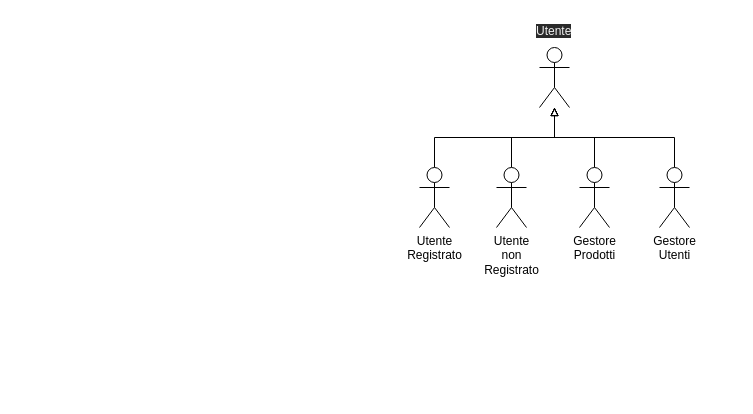
Earlier version of the draw.io diagram Documenti progetto/Utenti.drawio (AlfredoUNISA/SecondLifeTech). Source tidied: cells renumbered, new cells numbered last; positions are measured from the earlier drawing's top-left corner, leaving out a move shared by most shapes. Both pictures are drawn from the tidied source at 100%, with x=0, y=0 at pixel (419, 17).
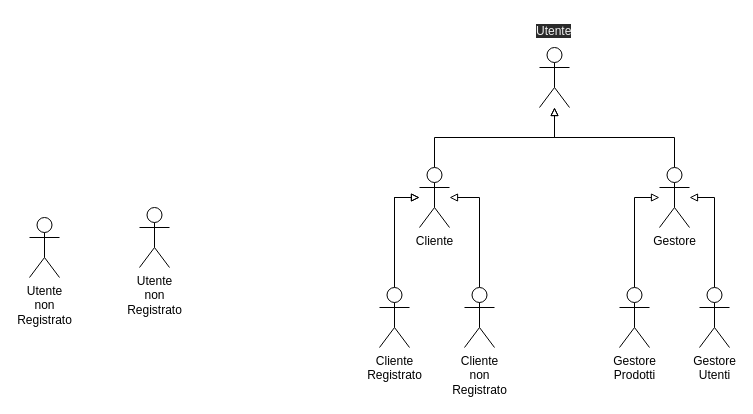
After the change.

What changed in the source:
```diff
@@
 <mxGraphModel>
   <root>
     <mxCell id="0" />
     <mxCell id="1" parent="0" />
     <mxCell id="2" style="shape=umlActor;verticalLabelPosition=bottom;verticalAlign=top;html=1;outlineConnect=0;" parent="1" vertex="1">
       <mxGeometry x="120" y="30" width="30" height="60" as="geometry" />
     </mxCell>
     <mxCell id="3" style="edgeStyle=orthogonalEdgeStyle;rounded=0;jettySize=auto;html=1;exitX=0.5;exitY=0;exitDx=0;exitDy=0;exitPerimeter=0;endArrow=block;endFill=0;" parent="1" edge="1" source="4" target="2">
       <mxGeometry relative="1" as="geometry" />
     </mxCell>
+    <mxCell id="12" style="edgeStyle=orthogonalEdgeStyle;rounded=0;jettySize=auto;html=1;endArrow=none;endFill=0;startArrow=block;startFill=0;" parent="1" edge="1" source="4" target="20">
+      <mxGeometry relative="1" as="geometry" />
+    </mxCell>
+    <mxCell id="13" style="edgeStyle=orthogonalEdgeStyle;rounded=0;jettySize=auto;html=1;startArrow=block;startFill=0;endArrow=none;endFill=0;" parent="1" edge="1" source="4" target="20">
+      <mxGeometry relative="1" as="geometry" />
+    </mxCell>
+    <mxCell id="14" style="edgeStyle=orthogonalEdgeStyle;rounded=0;jettySize=auto;html=1;startArrow=block;startFill=0;endArrow=none;endFill=0;" parent="1" edge="1" source="4" target="21">
+      <mxGeometry relative="1" as="geometry" />
+    </mxCell>
-    <mxCell id="4" value="Utente&lt;br&gt;Registrato" style="shape=umlActor;verticalLabelPosition=bottom;verticalAlign=top;html=1;outlineConnect=0;" parent="1" vertex="1">
+    <mxCell id="4" value="Cliente" style="shape=umlActor;verticalLabelPosition=bottom;verticalAlign=top;html=1;outlineConnect=0;" parent="1" vertex="1">
       <mxGeometry y="150" width="30" height="60" as="geometry" />
     </mxCell>
-    <mxCell id="5" style="edgeStyle=orthogonalEdgeStyle;rounded=0;jettySize=auto;html=1;exitX=0.5;exitY=0;exitDx=0;exitDy=0;exitPerimeter=0;endArrow=block;endFill=0;" parent="1" edge="1" source="6" target="2">
-      <mxGeometry relative="1" as="geometry" />
-    </mxCell>
     <mxCell id="6" value="Utente&lt;br&gt;non&lt;br&gt;Registrato" style="shape=umlActor;verticalLabelPosition=bottom;verticalAlign=top;html=1;outlineConnect=0;" parent="1" vertex="1">
-      <mxGeometry x="77" y="150" width="30" height="60" as="geometry" />
+      <mxGeometry x="-390" y="200" width="30" height="60" as="geometry" />
     </mxCell>
-    <mxCell id="7" style="edgeStyle=orthogonalEdgeStyle;rounded=0;jettySize=auto;html=1;exitX=0.5;exitY=0;exitDx=0;exitDy=0;exitPerimeter=0;endArrow=block;endFill=0;" parent="1" edge="1" source="8" target="2">
-      <mxGeometry relative="1" as="geometry" />
-    </mxCell>
+    <mxCell id="11" value="&lt;span style=&quot;color: rgb(240, 240, 240); font-family: Helvetica; font-size: 12px; font-style: normal; font-variant-ligatures: normal; font-variant-caps: normal; font-weight: 400; letter-spacing: normal; orphans: 2; text-align: center; text-indent: 0px; text-transform: none; widows: 2; word-spacing: 0px; -webkit-text-stroke-width: 0px; background-color: rgb(42, 42, 42); text-decoration-thickness: initial; text-decoration-style: initial; text-decoration-color: initial; float: none; display: inline !important;&quot;&gt;Utente&lt;/span&gt;" style="text;whiteSpace=wrap;html=1;" parent="1" vertex="1">
+      <mxGeometry x="115" width="40" height="30" as="geometry" />
+    </mxCell>
+    <mxCell id="15" style="edgeStyle=orthogonalEdgeStyle;rounded=0;jettySize=auto;html=1;exitX=0.5;exitY=0;exitDx=0;exitDy=0;exitPerimeter=0;startArrow=none;startFill=0;endArrow=block;endFill=0;" parent="1" edge="1" source="18" target="2">
+      <mxGeometry relative="1" as="geometry" />
+    </mxCell>
+    <mxCell id="16" style="edgeStyle=orthogonalEdgeStyle;rounded=0;jettySize=auto;html=1;startArrow=block;startFill=0;endArrow=none;endFill=0;" parent="1" edge="1" source="18" target="8">
+      <mxGeometry relative="1" as="geometry" />
+    </mxCell>
+    <mxCell id="17" style="edgeStyle=orthogonalEdgeStyle;rounded=0;jettySize=auto;html=1;startArrow=block;startFill=0;endArrow=none;endFill=0;" parent="1" edge="1" source="18" target="10">
+      <mxGeometry relative="1" as="geometry" />
+    </mxCell>
+    <mxCell id="18" value="Gestore" style="shape=umlActor;verticalLabelPosition=bottom;verticalAlign=top;html=1;outlineConnect=0;" parent="1" vertex="1">
+      <mxGeometry x="240" y="150" width="30" height="60" as="geometry" />
+    </mxCell>
+    <mxCell id="19" value="Utente&lt;br&gt;non&lt;br&gt;Registrato" style="shape=umlActor;verticalLabelPosition=bottom;verticalAlign=top;html=1;" parent="1" vertex="1">
+      <mxGeometry x="-280" y="190" width="30" height="60" as="geometry" />
+    </mxCell>
+    <mxCell id="20" value="Cliente&lt;br&gt;Registrato" style="shape=umlActor;verticalLabelPosition=bottom;verticalAlign=top;html=1;outlineConnect=0;" parent="1" vertex="1">
+      <mxGeometry x="-40" y="270" width="30" height="60" as="geometry" />
+    </mxCell>
+    <mxCell id="21" value="Cliente&lt;br&gt;non&lt;br&gt;Registrato" style="shape=umlActor;verticalLabelPosition=bottom;verticalAlign=top;html=1;outlineConnect=0;" parent="1" vertex="1">
+      <mxGeometry x="45" y="270" width="30" height="60" as="geometry" />
+    </mxCell>
-    <mxCell id="8" value="Gestore &lt;br&gt;Prodotti" style="shape=umlActor;verticalLabelPosition=bottom;verticalAlign=top;html=1;outlineConnect=0;" parent="1" vertex="1">
-      <mxGeometry x="160" y="150" width="30" height="60" as="geometry" />
+    <mxCell id="8" value="Gestore&lt;br&gt;Prodotti" style="shape=umlActor;verticalLabelPosition=bottom;verticalAlign=top;html=1;outlineConnect=0;" parent="1" vertex="1">
+      <mxGeometry x="200" y="270" width="30" height="60" as="geometry" />
     </mxCell>
-    <mxCell id="9" style="edgeStyle=orthogonalEdgeStyle;rounded=0;jettySize=auto;html=1;exitX=0.5;exitY=0;exitDx=0;exitDy=0;exitPerimeter=0;endArrow=block;endFill=0;" parent="1" edge="1" source="10" target="2">
-      <mxGeometry relative="1" as="geometry" />
-    </mxCell>
-    <mxCell id="10" value="Gestore &lt;br&gt;Utenti" style="shape=umlActor;verticalLabelPosition=bottom;verticalAlign=top;html=1;outlineConnect=0;" parent="1" vertex="1">
-      <mxGeometry x="240" y="150" width="30" height="60" as="geometry" />
+    <mxCell id="10" value="Gestore&lt;br&gt;Utenti" style="shape=umlActor;verticalLabelPosition=bottom;verticalAlign=top;html=1;outlineConnect=0;" parent="1" vertex="1">
+      <mxGeometry x="280" y="270" width="30" height="60" as="geometry" />
     </mxCell>
-    <mxCell id="11" value="&lt;span style=&quot;color: rgb(240, 240, 240); font-family: Helvetica; font-size: 12px; font-style: normal; font-variant-ligatures: normal; font-variant-caps: normal; font-weight: 400; letter-spacing: normal; orphans: 2; text-align: center; text-indent: 0px; text-transform: none; widows: 2; word-spacing: 0px; -webkit-text-stroke-width: 0px; background-color: rgb(42, 42, 42); text-decoration-thickness: initial; text-decoration-style: initial; text-decoration-color: initial; float: none; display: inline !important;&quot;&gt;Utente&lt;/span&gt;" style="text;whiteSpace=wrap;html=1;" parent="1" vertex="1">
-      <mxGeometry x="115" width="40" height="30" as="geometry" />
-    </mxCell>
   </root>
 </mxGraphModel>
```
